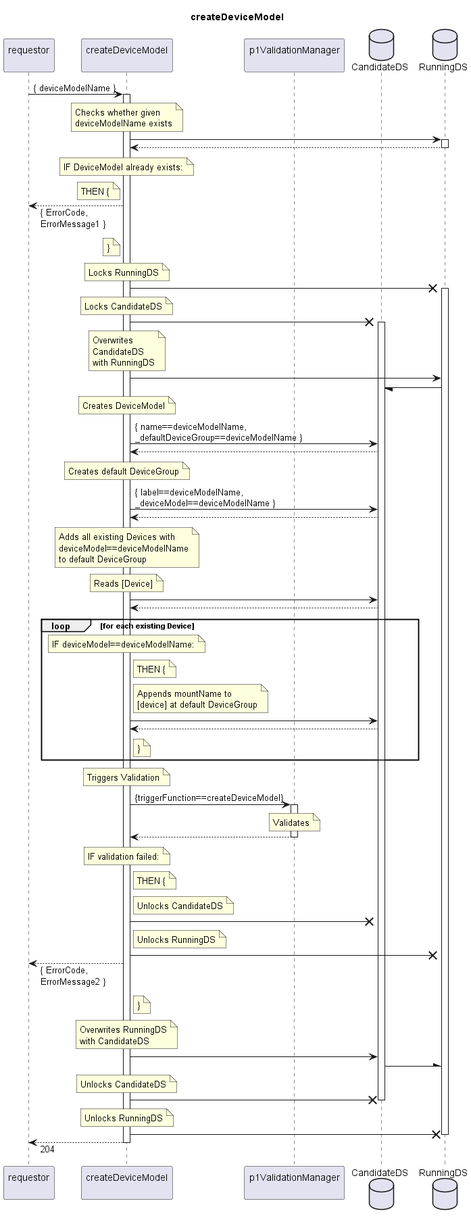
openBackhaul/FirmWareManager keeps this PlantUML diagram as spec/Services/createDeviceModel/1.0.0/createDeviceModel.png. Above is the earlier version.
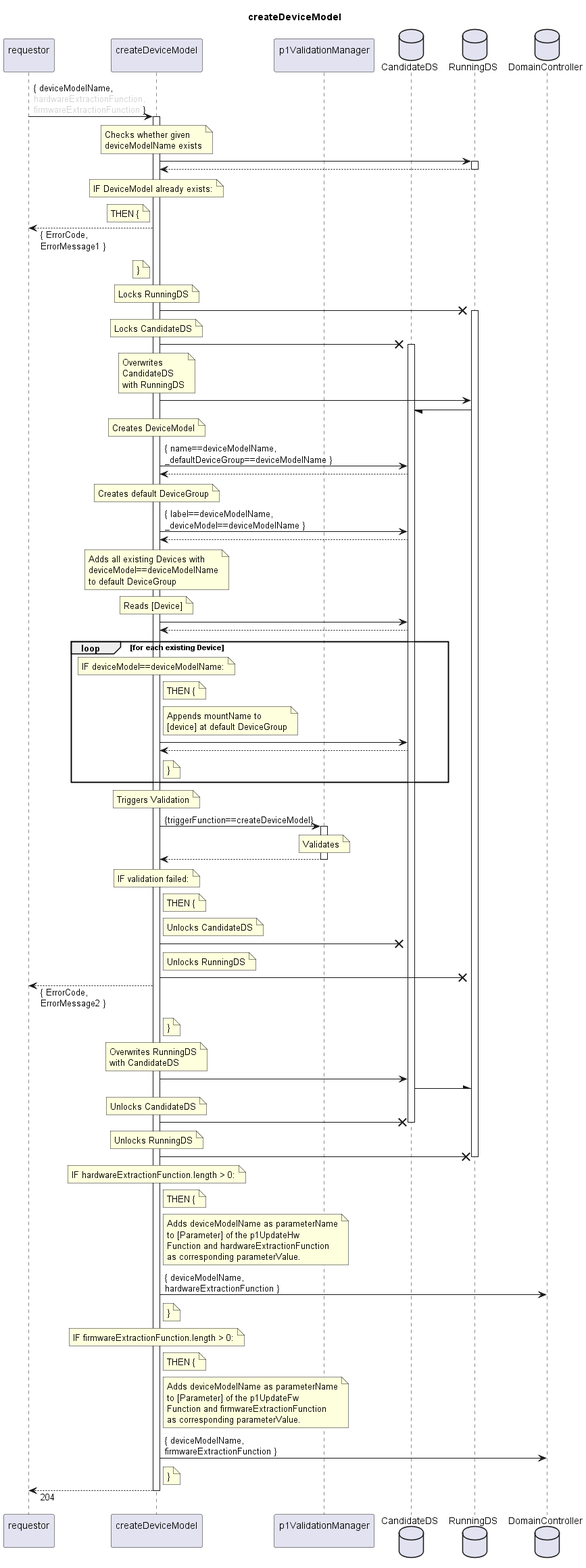
After the commit.

Diff of the diagram source:
```diff
@@ -8,10 +8,12 @@
 participant "requestor\n" as requestor
 participant "createDeviceModel\n" as indServ
 participant "p1ValidationManager\n" as valiMan
+
 database "CandidateDS" as CanDS
 database "RunningDS" as RunDS
+database "DomainController" as DC
 
-requestor -> indServ: { deviceModelName }
+requestor -> indServ: { deviceModelName,\n<color:LightGray>hardwareExtractionFunction,\n<color:LightGray>firmwareExtractionFunction</color> }
 activate indServ
 
   note over indServ
@@ -137,6 +139,40 @@
   indServ -X RunDS
   deactivate RunDS
 
+  note over indServ
+    IF hardwareExtractionFunction.length > 0:
+  end note
+  note right indServ
+    THEN {
+  end note
+  note right indServ
+    Adds deviceModelName as parameterName
+    to [Parameter] of the p1UpdateHw
+    Function and hardwareExtractionFunction
+    as corresponding parameterValue.
+  end note
+  indServ -> DC: { deviceModelName,\nhardwareExtractionFunction }
+  note right indServ
+    }
+  end note
+
+  note over indServ
+    IF firmwareExtractionFunction.length > 0:
+  end note
+  note right indServ
+    THEN {
+  end note
+  note right indServ
+    Adds deviceModelName as parameterName
+    to [Parameter] of the p1UpdateFw
+    Function and firmwareExtractionFunction
+    as corresponding parameterValue.
+  end note
+  indServ -> DC: { deviceModelName,\nfirmwareExtractionFunction }
+  note right indServ
+    }
+  end note
+
 requestor <-- indServ: 204
 deactivate indServ
 
```
